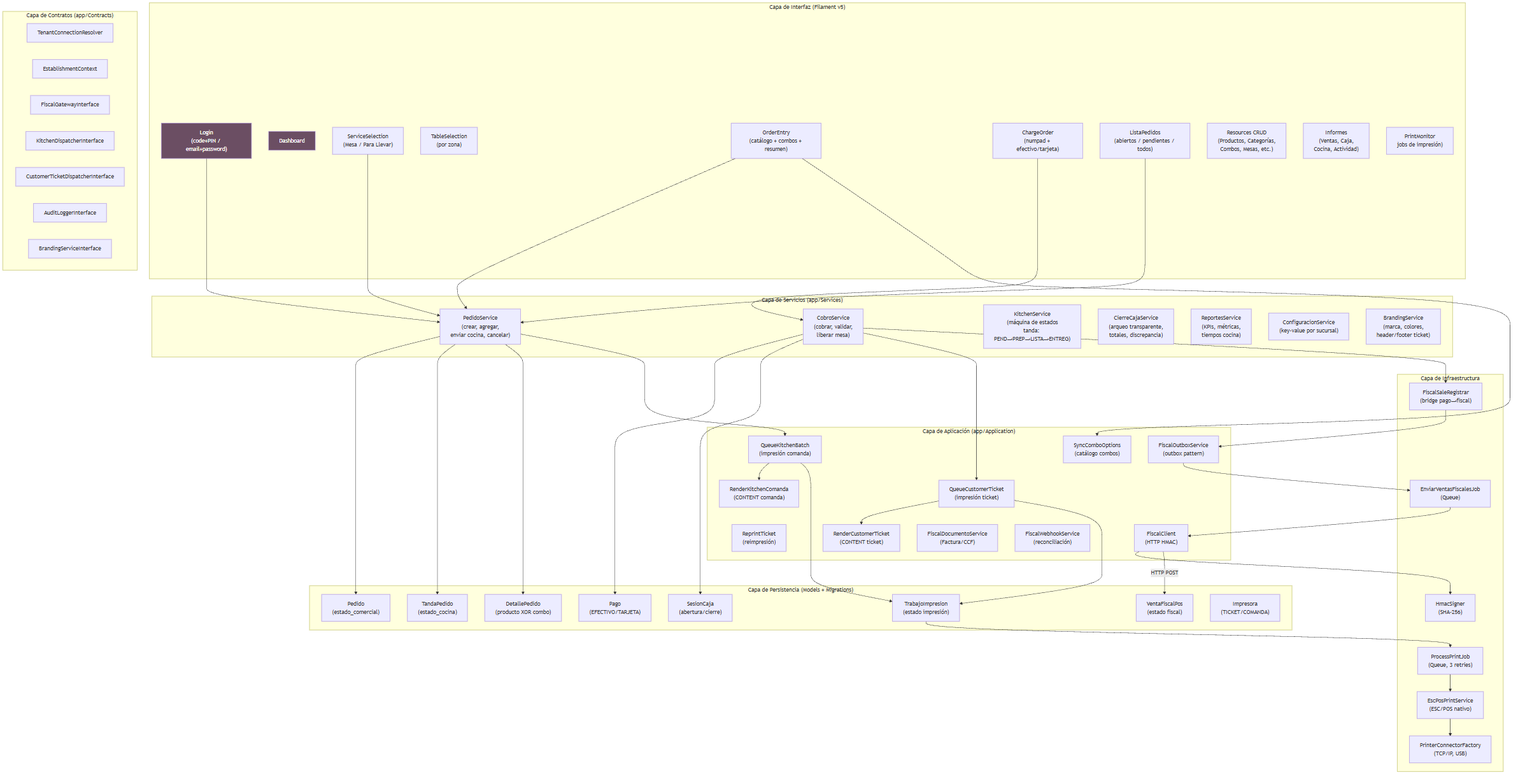
Above: app/docs/diagrams/02-componentes-pos.png in Stven2909/Boomwalos-POS (Mermaid), before the change. Its source is kept beside it as app/docs/diagrams/02-componentes-pos.mmd.
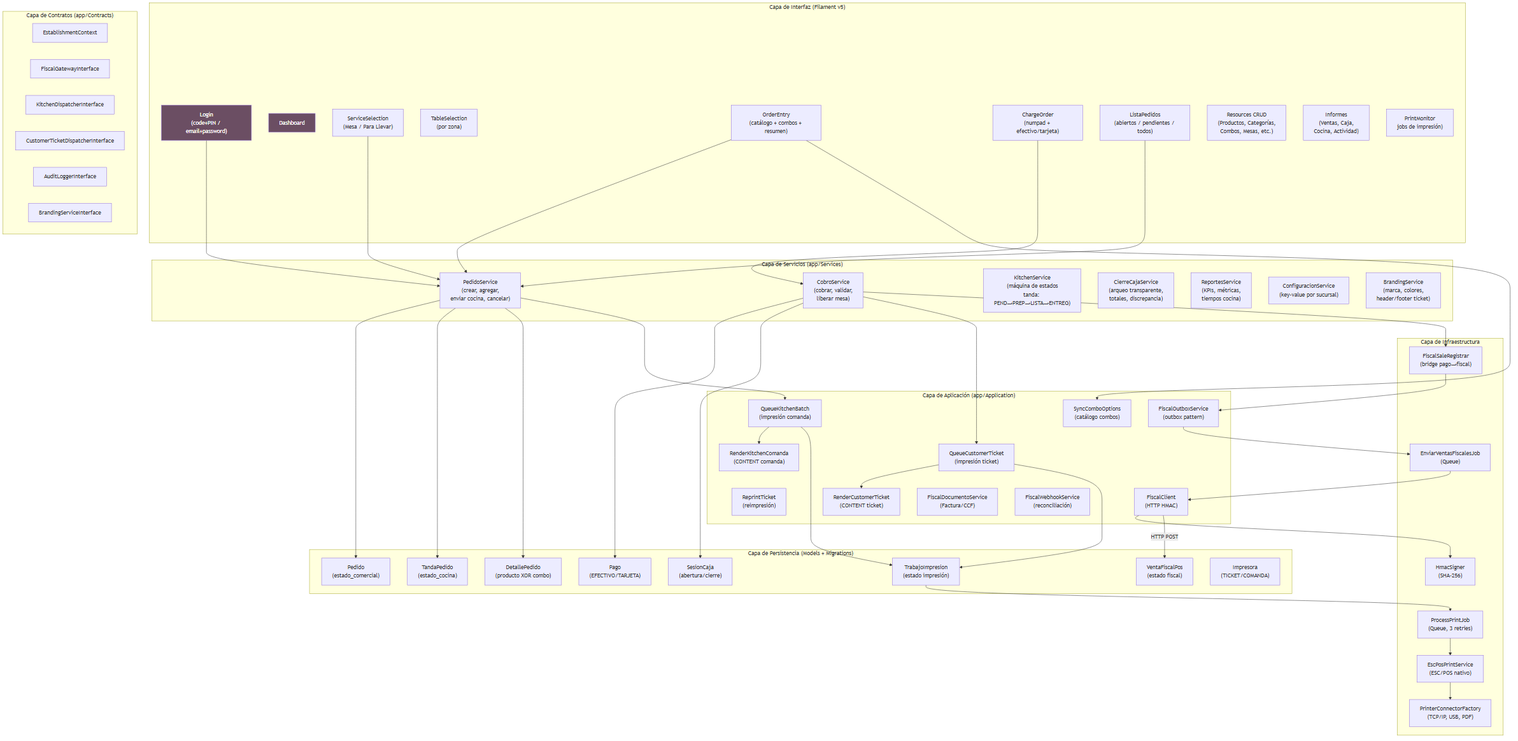
After the change.

Change to the diagram source:
```diff
@@ -36,7 +36,6 @@
     end
 
     subgraph "Capa de Contratos (app/Contracts)"
-        TenantCtx["TenantConnectionResolver"]
         EstCtx["EstablishmentContext"]
         FiscalGW["FiscalGatewayInterface"]
         KitchenDisp["KitchenDispatcherInterface"]
@@ -58,7 +57,7 @@
 
     subgraph "Capa de Infraestructura"
         EscPos["EscPosPrintService\n(ESC/POS nativo)"]
-        PrinterFactory["PrinterConnectorFactory\n(TCP/IP, USB)"]
+        PrinterFactory["PrinterConnectorFactory\n(TCP/IP, USB, PDF)"]
         ProcessPrint["ProcessPrintJob\n(Queue, 3 retries)"]
         FiscalSaleRegistrar["FiscalSaleRegistrar\n(bridge pago→fiscal)"]
         EnviarFiscal["EnviarVentasFiscalesJob\n(Queue)"]
```
